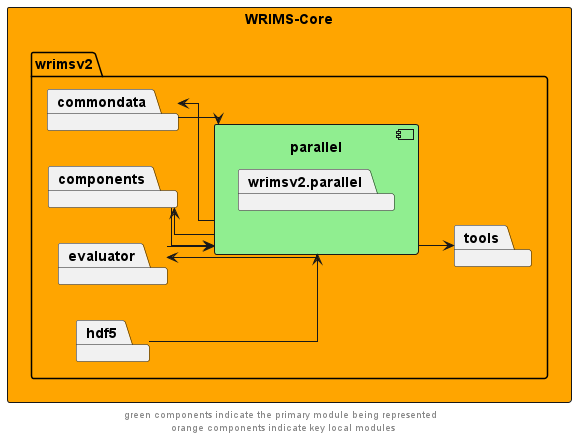
This is docs/diagrams/wrims-core/wrims-core_parallel.png from CentralValleyModeling/wrims, a PlantUML export, as it was before one commit. Its diagram source:
```plantuml
@startuml
left to right direction
skinparam linetype ortho

rectangle wrims_core as "WRIMS-Core" #orange {
        package wrimsv2{
            package parallel {
                component parallel #lightgreen {
                    package wrimsv2.parallel
                }
            }
        package commondata
        package components
        package evaluator
        package tools

        package hdf5

    }
}

parallel -->  evaluator
evaluator --> parallel
parallel -->  commondata
commondata --> parallel
parallel -->  components
components --> parallel

hdf5 --> parallel
parallel -->  tools


footer "green components indicate the primary module being represented \n orange components indicate key local modules"
@enduml
```
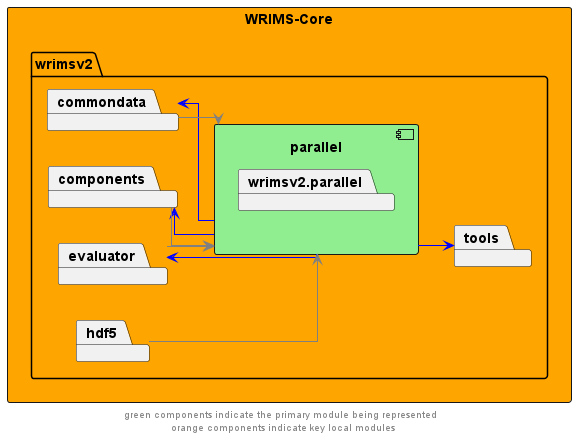
After the commit.

The edit, as a diff of the source:
```diff
@@ -19,15 +19,15 @@
     }
 }
 
-parallel -->  evaluator
-evaluator --> parallel
-parallel -->  commondata
-commondata --> parallel
-parallel -->  components
-components --> parallel
+parallel -->  evaluator #blue
+evaluator --> parallel #grey
+parallel -->  commondata #blue
+commondata --> parallel #grey
+parallel -->  components #blue
+components --> parallel #grey
 
-hdf5 --> parallel
-parallel -->  tools
+hdf5 --> parallel #grey
+parallel -->  tools #blue
 
 
 footer "green components indicate the primary module being represented \n orange components indicate key local modules"
```
